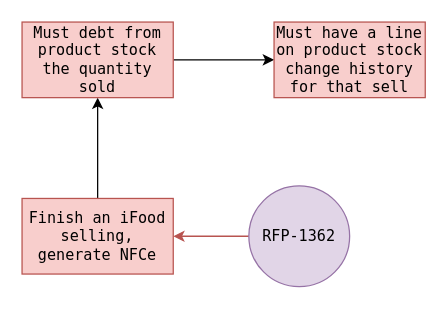
This is work/rca/RFP-1362-MindMap.drawio from JoaoDiasDev/mind-maps, a draw.io file, before an edit. Source tidied: cells renumbered, new cells numbered last; positions are measured from the earlier drawing's top-left corner, leaving out a move shared by most shapes. Both pictures are drawn from the tidied source at 126%, with x=0, y=0 at pixel (21, 21).
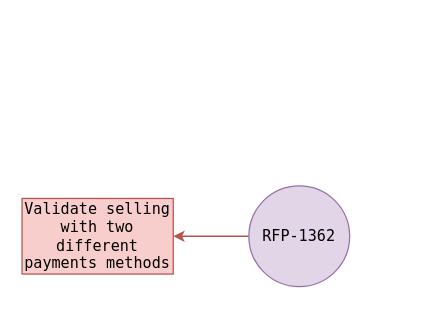
The same diagram, later.

Diff of the diagram source:
```diff
@@
 <mxGraphModel>
   <root>
     <mxCell id="0" />
     <mxCell id="1" parent="0" />
     <mxCell id="2" style="edgeStyle=orthogonalEdgeStyle;rounded=0;jettySize=auto;html=1;fillColor=#f8cecc;strokeColor=#b85450;" parent="1" edge="1" source="3" target="5">
       <mxGeometry relative="1" as="geometry" />
     </mxCell>
     <mxCell id="3" value="RFP-1362" style="ellipse;whiteSpace=wrap;html=1;fillColor=#e1d5e7;strokeColor=#9673a6;fontFamily=Lucida Console;" parent="1" vertex="1">
       <mxGeometry x="180" y="130" width="80" height="80" as="geometry" />
     </mxCell>
-    <mxCell id="4" style="edgeStyle=orthogonalEdgeStyle;rounded=0;jettySize=auto;html=1;" parent="1" edge="1" source="5" target="7">
-      <mxGeometry relative="1" as="geometry" />
-    </mxCell>
-    <mxCell id="5" value="Finish an iFood selling, generate NFCe" style="whiteSpace=wrap;html=1;fontFamily=Lucida Console;fillColor=#f8cecc;strokeColor=#b85450;" parent="1" vertex="1">
+    <mxCell id="5" value="Validate selling with two different payments methods" style="whiteSpace=wrap;html=1;fontFamily=Lucida Console;fillColor=#f8cecc;strokeColor=#b85450;" parent="1" vertex="1">
       <mxGeometry y="140" width="120" height="60" as="geometry" />
     </mxCell>
-    <mxCell id="6" style="edgeStyle=orthogonalEdgeStyle;rounded=0;jettySize=auto;html=1;" parent="1" edge="1" source="7" target="8">
-      <mxGeometry relative="1" as="geometry" />
-    </mxCell>
-    <mxCell id="7" value="Must debt from product stock the quantity sold" style="whiteSpace=wrap;html=1;fontFamily=Lucida Console;fillColor=#f8cecc;strokeColor=#b85450;" parent="1" vertex="1">
-      <mxGeometry width="120" height="60" as="geometry" />
-    </mxCell>
-    <mxCell id="8" value="Must have a line on product stock change history for that sell" style="whiteSpace=wrap;html=1;fontFamily=Lucida Console;fillColor=#f8cecc;strokeColor=#b85450;" parent="1" vertex="1">
-      <mxGeometry x="200" width="120" height="60" as="geometry" />
-    </mxCell>
   </root>
 </mxGraphModel>
```
